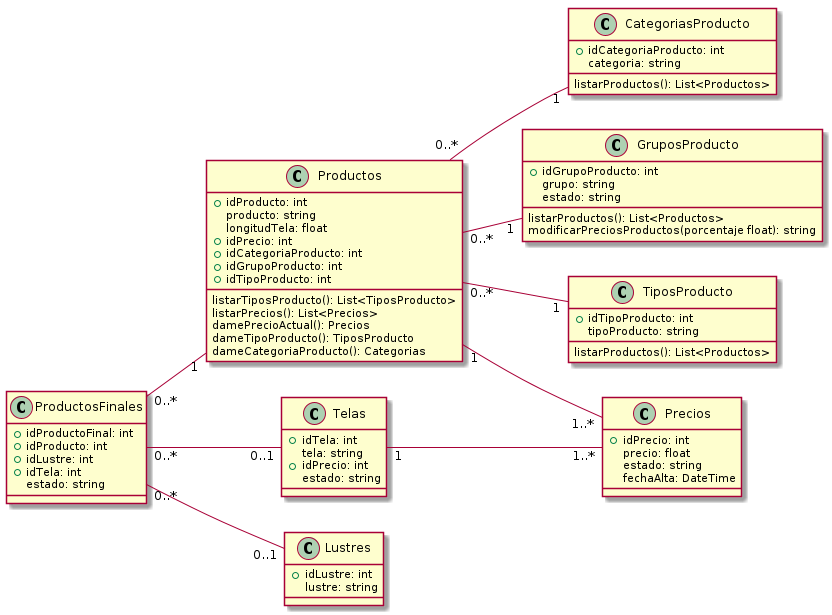
This is Informe Final/Imagenes/DiagramaClases/Vistas/vistaProductos.png from ZMGestion/DocumentacionZMGestion, a PlantUML export, as it was before one commit. Its diagram source:
```plantuml
@startuml vistaProductos
class Productos{
    +idProducto: int
    producto: string
    longitudTela: float
    +idPrecio: int
    +idCategoriaProducto: int
    +idGrupoProducto: int
    +idTipoProducto: int

    listarTiposProducto(): List<TiposProducto>
    listarPrecios(): List<Precios>
    damePrecioActual(): Precios
    dameTipoProducto(): TiposProducto
    dameCategoriaProducto(): Categorias
}
class CategoriasProducto{
    +idCategoriaProducto: int
    categoria: string

    listarProductos(): List<Productos>
}
class GruposProducto{
    +idGrupoProducto: int
    grupo: string
    estado: string

    listarProductos(): List<Productos>
    modificarPreciosProductos(porcentaje float): string
}
class Telas{
    +idTela: int
    tela: string
    +idPrecio: int
    estado: string
}
class Lustres{
    +idLustre: int
    lustre: string
}
class Precios{
    +idPrecio: int
    precio: float
    estado: string
    fechaAlta: DateTime
}
class ProductosFinales{
    +idProductoFinal: int
    +idProducto: int
    +idLustre: int
    +idTela: int
    estado: string


}
class TiposProducto{
    +idTipoProducto: int
    tipoProducto: string

    listarProductos(): List<Productos>
}

left to right direction
Productos "0..*" -- "1" CategoriasProducto
Productos "0..*" -- "1" GruposProducto
Productos "1"-- "1..*" Precios
Productos "0..*" -- "1" TiposProducto
Telas "1"-- "1..*" Precios
ProductosFinales "0..*"--"1" Productos
ProductosFinales "0..*"--"0..1" Telas
ProductosFinales "0..*"--"0..1" Lustres
@enduml
```
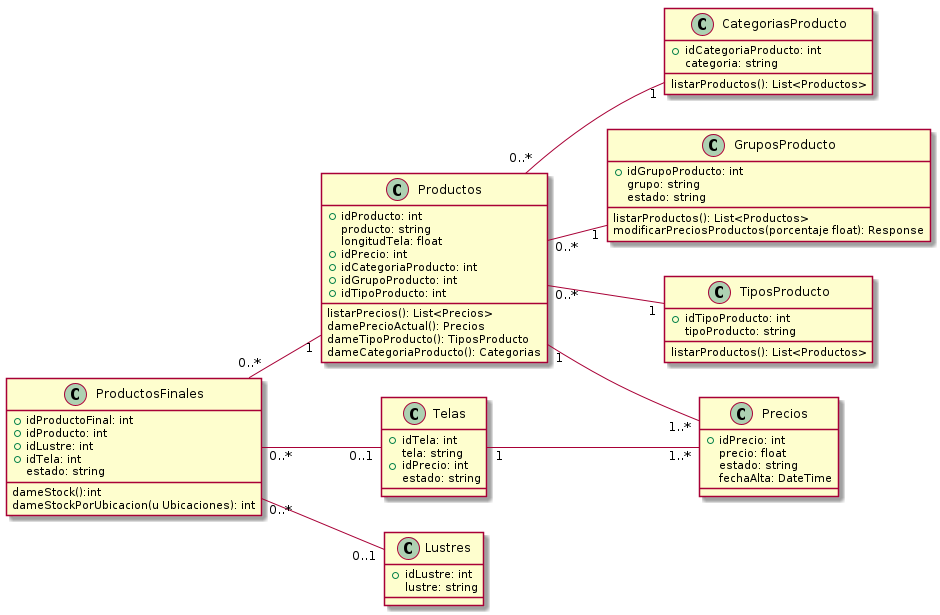
The same diagram one commit later.

The edit, as a diff of the source:
```diff
@@ -8,7 +8,6 @@
     +idGrupoProducto: int
     +idTipoProducto: int
 
-    listarTiposProducto(): List<TiposProducto>
     listarPrecios(): List<Precios>
     damePrecioActual(): Precios
     dameTipoProducto(): TiposProducto
@@ -26,7 +25,7 @@
     estado: string
 
     listarProductos(): List<Productos>
-    modificarPreciosProductos(porcentaje float): string
+    modificarPreciosProductos(porcentaje float): Response
 }
 class Telas{
     +idTela: int
@@ -51,6 +50,9 @@
     +idTela: int
     estado: string
 
+    dameStock():int
+    dameStockPorUbicacion(u Ubicaciones): int
+
 
 }
 class TiposProducto{
```
